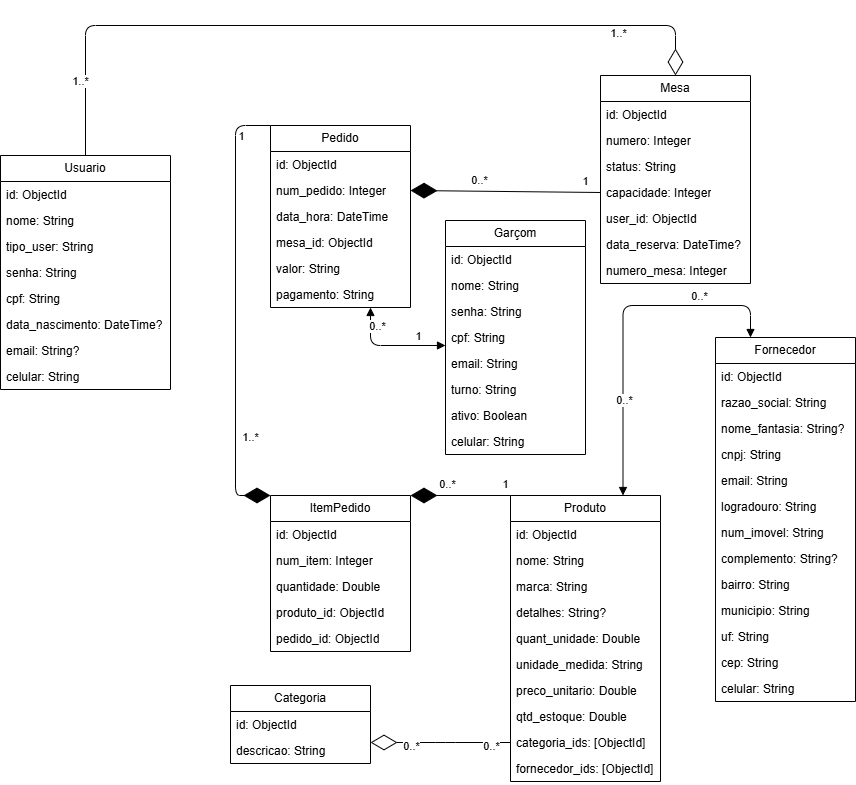
The draw.io diagram docs/NoAM.png in FatecFranca/DSM-P3-G03-2025-2, before a commit. Source tidied: cells renumbered, new cells last; positions are measured from the earlier drawing's top-left corner, leaving out a move shared by most shapes.
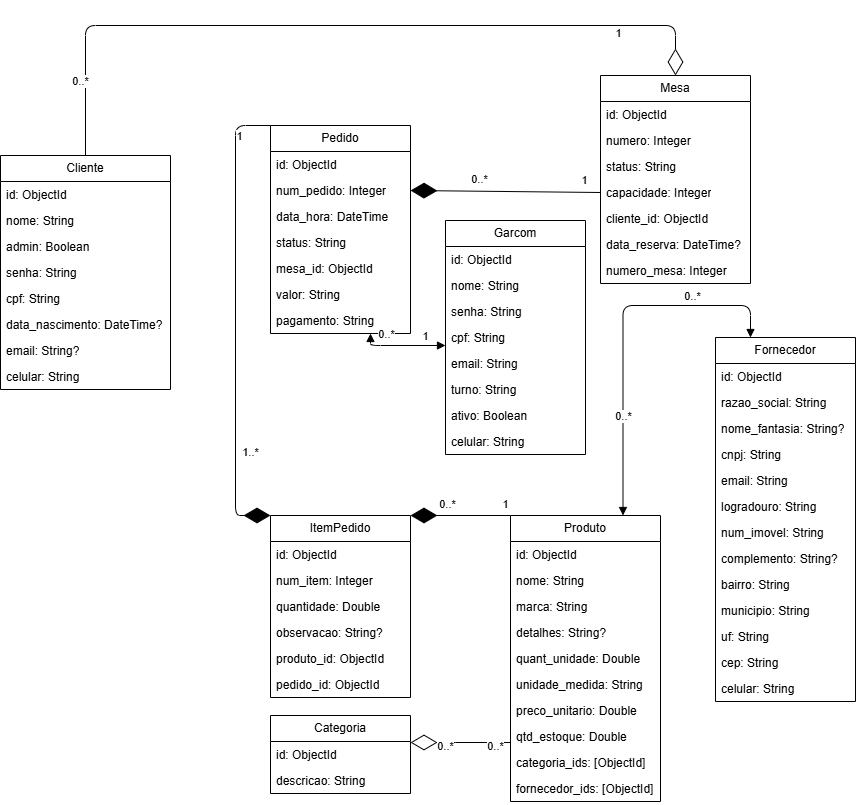
The same file after the commit.

Change to the diagram source:
```diff
@@ -2,7 +2,7 @@
   <root>
     <mxCell id="0" />
     <mxCell id="1" parent="0" />
-    <mxCell id="2" value="Usuario" style="swimlane;fontStyle=0;horizontal=1;startSize=26;fillColor=none;whiteSpace=wrap;html=1;" parent="1" vertex="1">
+    <mxCell id="2" value="Cliente" style="swimlane;fontStyle=0;horizontal=1;startSize=26;fillColor=none;whiteSpace=wrap;html=1;" parent="1" vertex="1">
       <mxGeometry y="130" width="170" height="234" as="geometry" />
     </mxCell>
     <mxCell id="3" value="id: ObjectId" style="text;strokeColor=none;fillColor=none;align=left;verticalAlign=top;spacingLeft=4;spacingRight=4;overflow=hidden;whiteSpace=wrap;html=1;" parent="2" vertex="1">
@@ -11,7 +11,7 @@
     <mxCell id="4" value="nome: String" style="text;strokeColor=none;fillColor=none;align=left;verticalAlign=top;spacingLeft=4;spacingRight=4;overflow=hidden;whiteSpace=wrap;html=1;" parent="2" vertex="1">
       <mxGeometry y="52" width="170" height="26" as="geometry" />
     </mxCell>
-    <mxCell id="5" value="tipo_user: String" style="text;strokeColor=none;fillColor=none;align=left;verticalAlign=top;spacingLeft=4;spacingRight=4;overflow=hidden;whiteSpace=wrap;html=1;" parent="2" vertex="1">
+    <mxCell id="5" value="admin: Boolean" style="text;strokeColor=none;fillColor=none;align=left;verticalAlign=top;spacingLeft=4;spacingRight=4;overflow=hidden;whiteSpace=wrap;html=1;" parent="2" vertex="1">
       <mxGeometry y="78" width="170" height="26" as="geometry" />
     </mxCell>
     <mxCell id="6" value="senha: String" style="text;strokeColor=none;fillColor=none;align=left;verticalAlign=top;spacingLeft=4;spacingRight=4;overflow=hidden;whiteSpace=wrap;html=1;" parent="2" vertex="1">
@@ -30,7 +30,7 @@
       <mxGeometry y="208" width="170" height="26" as="geometry" />
     </mxCell>
     <mxCell id="11" value="Pedido" style="swimlane;fontStyle=0;horizontal=1;startSize=26;fillColor=none;whiteSpace=wrap;html=1;" parent="1" vertex="1">
-      <mxGeometry x="270" y="100" width="140" height="182" as="geometry" />
+      <mxGeometry x="270" y="100" width="140" height="208" as="geometry" />
     </mxCell>
     <mxCell id="12" value="id: ObjectId" style="text;strokeColor=none;fillColor=none;align=left;verticalAlign=top;spacingLeft=4;spacingRight=4;overflow=hidden;whiteSpace=wrap;html=1;" parent="11" vertex="1">
       <mxGeometry y="26" width="140" height="26" as="geometry" />
@@ -41,17 +41,20 @@
     <mxCell id="14" value="data_hora: DateTime" style="text;strokeColor=none;fillColor=none;align=left;verticalAlign=top;spacingLeft=4;spacingRight=4;overflow=hidden;whiteSpace=wrap;html=1;" parent="11" vertex="1">
       <mxGeometry y="78" width="140" height="26" as="geometry" />
     </mxCell>
+    <mxCell id="90" value="status: String" style="text;strokeColor=none;fillColor=none;align=left;verticalAlign=top;spacingLeft=4;spacingRight=4;overflow=hidden;whiteSpace=wrap;html=1;" parent="11" vertex="1">
+      <mxGeometry y="104" width="140" height="26" as="geometry" />
+    </mxCell>
     <mxCell id="15" value="mesa_id: ObjectId" style="text;strokeColor=none;fillColor=none;align=left;verticalAlign=top;spacingLeft=4;spacingRight=4;overflow=hidden;whiteSpace=wrap;html=1;" parent="11" vertex="1">
-      <mxGeometry y="104" width="140" height="26" as="geometry" />
+      <mxGeometry y="130" width="140" height="26" as="geometry" />
     </mxCell>
     <mxCell id="16" value="valor: String" style="text;strokeColor=none;fillColor=none;align=left;verticalAlign=top;spacingLeft=4;spacingRight=4;overflow=hidden;whiteSpace=wrap;html=1;" parent="11" vertex="1">
-      <mxGeometry y="130" width="140" height="26" as="geometry" />
+      <mxGeometry y="156" width="140" height="26" as="geometry" />
     </mxCell>
     <mxCell id="17" value="pagamento: String" style="text;strokeColor=none;fillColor=none;align=left;verticalAlign=top;spacingLeft=4;spacingRight=4;overflow=hidden;whiteSpace=wrap;html=1;" parent="11" vertex="1">
-      <mxGeometry y="156" width="140" height="26" as="geometry" />
+      <mxGeometry y="182" width="140" height="26" as="geometry" />
     </mxCell>
     <mxCell id="18" value="ItemPedido" style="swimlane;fontStyle=0;horizontal=1;startSize=26;fillColor=none;whiteSpace=wrap;html=1;" parent="1" vertex="1">
-      <mxGeometry x="270" y="470" width="140" height="156" as="geometry" />
+      <mxGeometry x="270" y="490" width="140" height="182" as="geometry" />
     </mxCell>
     <mxCell id="19" value="id: ObjectId" style="text;strokeColor=none;fillColor=none;align=left;verticalAlign=top;spacingLeft=4;spacingRight=4;overflow=hidden;whiteSpace=wrap;html=1;" parent="18" vertex="1">
       <mxGeometry y="26" width="140" height="26" as="geometry" />
@@ -62,11 +65,14 @@
     <mxCell id="21" value="quantidade: Double" style="text;strokeColor=none;fillColor=none;align=left;verticalAlign=top;spacingLeft=4;spacingRight=4;overflow=hidden;whiteSpace=wrap;html=1;" parent="18" vertex="1">
       <mxGeometry y="78" width="140" height="26" as="geometry" />
     </mxCell>
+    <mxCell id="91" value="observacao: String?" style="text;strokeColor=none;fillColor=none;align=left;verticalAlign=top;spacingLeft=4;spacingRight=4;overflow=hidden;whiteSpace=wrap;html=1;" parent="18" vertex="1">
+      <mxGeometry y="104" width="140" height="26" as="geometry" />
+    </mxCell>
     <mxCell id="22" value="produto_id: ObjectId" style="text;strokeColor=none;fillColor=none;align=left;verticalAlign=top;spacingLeft=4;spacingRight=4;overflow=hidden;whiteSpace=wrap;html=1;" parent="18" vertex="1">
-      <mxGeometry y="104" width="140" height="26" as="geometry" />
+      <mxGeometry y="130" width="140" height="26" as="geometry" />
     </mxCell>
     <mxCell id="23" value="pedido_id: ObjectId" style="text;strokeColor=none;fillColor=none;align=left;verticalAlign=top;spacingLeft=4;spacingRight=4;overflow=hidden;whiteSpace=wrap;html=1;" parent="18" vertex="1">
-      <mxGeometry y="130" width="140" height="26" as="geometry" />
+      <mxGeometry y="156" width="140" height="26" as="geometry" />
     </mxCell>
     <mxCell id="24" style="endArrow=diamondThin;endFill=1;endSize=24;html=1;exitX=0;exitY=0;exitDx=0;exitDy=0;entryX=0;entryY=0;entryDx=0;entryDy=0;edgeStyle=elbowEdgeStyle;" parent="1" edge="1" source="11" target="18">
       <mxGeometry relative="1" as="geometry">
@@ -86,7 +92,7 @@
       </mxGeometry>
     </mxCell>
     <mxCell id="27" value="Produto" style="swimlane;fontStyle=0;horizontal=1;startSize=26;fillColor=none;whiteSpace=wrap;html=1;" parent="1" vertex="1">
-      <mxGeometry x="510" y="470" width="150" height="286" as="geometry" />
+      <mxGeometry x="510" y="490" width="150" height="286" as="geometry" />
     </mxCell>
     <mxCell id="28" value="id: ObjectId" style="text;strokeColor=none;fillColor=none;align=left;verticalAlign=top;spacingLeft=4;spacingRight=4;overflow=hidden;whiteSpace=wrap;html=1;" parent="27" vertex="1">
       <mxGeometry y="26" width="150" height="26" as="geometry" />
@@ -205,7 +211,7 @@
     <mxCell id="62" value="capacidade: Integer" style="text;strokeColor=none;fillColor=none;align=left;verticalAlign=top;spacingLeft=4;spacingRight=4;overflow=hidden;points=[[0,0.5],[1,0.5]];portConstraint=eastwest;whiteSpace=wrap;html=1;" parent="58" vertex="1">
       <mxGeometry y="104" width="150" height="26" as="geometry" />
     </mxCell>
-    <mxCell id="63" value="user_id: ObjectId" style="text;strokeColor=none;fillColor=none;align=left;verticalAlign=top;spacingLeft=4;spacingRight=4;overflow=hidden;whiteSpace=wrap;html=1;" parent="58" vertex="1">
+    <mxCell id="63" value="cliente_id: ObjectId" style="text;strokeColor=none;fillColor=none;align=left;verticalAlign=top;spacingLeft=4;spacingRight=4;overflow=hidden;whiteSpace=wrap;html=1;" parent="58" vertex="1">
       <mxGeometry y="130" width="150" height="26" as="geometry" />
     </mxCell>
     <mxCell id="64" value="data_reserva: DateTime?" style="text;strokeColor=none;fillColor=none;align=left;verticalAlign=top;spacingLeft=4;spacingRight=4;overflow=hidden;whiteSpace=wrap;html=1;" parent="58" vertex="1">
@@ -227,7 +233,7 @@
         <mxPoint y="-11" as="offset" />
       </mxGeometry>
     </mxCell>
-    <mxCell id="69" value="Garçom" style="swimlane;fontStyle=0;horizontal=1;startSize=26;fillColor=none;whiteSpace=wrap;html=1;" parent="1" vertex="1">
+    <mxCell id="69" value="Garcom" style="swimlane;fontStyle=0;horizontal=1;startSize=26;fillColor=none;whiteSpace=wrap;html=1;" parent="1" vertex="1">
       <mxGeometry x="445" y="195" width="140" height="234" as="geometry" />
     </mxCell>
     <mxCell id="70" value="id: ObjectId" style="text;strokeColor=none;fillColor=none;align=left;verticalAlign=top;spacingLeft=4;spacingRight=4;overflow=hidden;whiteSpace=wrap;html=1;" parent="69" vertex="1">
@@ -272,7 +278,7 @@
       </mxGeometry>
     </mxCell>
     <mxCell id="81" value="Categoria" style="swimlane;fontStyle=0;horizontal=1;startSize=26;fillColor=none;whiteSpace=wrap;html=1;" parent="1" vertex="1">
-      <mxGeometry x="230" y="660" width="140" height="78" as="geometry" />
+      <mxGeometry x="270" y="690" width="140" height="78" as="geometry" />
     </mxCell>
     <mxCell id="82" value="id: ObjectId" style="text;strokeColor=none;fillColor=none;align=left;verticalAlign=top;spacingLeft=4;spacingRight=4;overflow=hidden;whiteSpace=wrap;html=1;" parent="81" vertex="1">
       <mxGeometry y="26" width="140" height="26" as="geometry" />
@@ -304,12 +310,12 @@
         </Array>
       </mxGeometry>
     </mxCell>
-    <mxCell id="88" value="1..*" style="edgeLabel;html=1;align=center;verticalAlign=middle;" parent="87" vertex="1">
+    <mxCell id="88" value="0..*" style="edgeLabel;html=1;align=center;verticalAlign=middle;" parent="87" vertex="1">
       <mxGeometry x="-0.8" relative="1" as="geometry">
         <mxPoint x="-6" y="3" as="offset" />
       </mxGeometry>
     </mxCell>
-    <mxCell id="89" value="1..*" style="edgeLabel;html=1;align=center;verticalAlign=middle;" parent="87" vertex="1">
+    <mxCell id="89" value="1" style="edgeLabel;html=1;align=center;verticalAlign=middle;" parent="87" vertex="1">
       <mxGeometry x="0.71" y="-2" relative="1" as="geometry">
         <mxPoint x="2" y="5" as="offset" />
       </mxGeometry>
```
